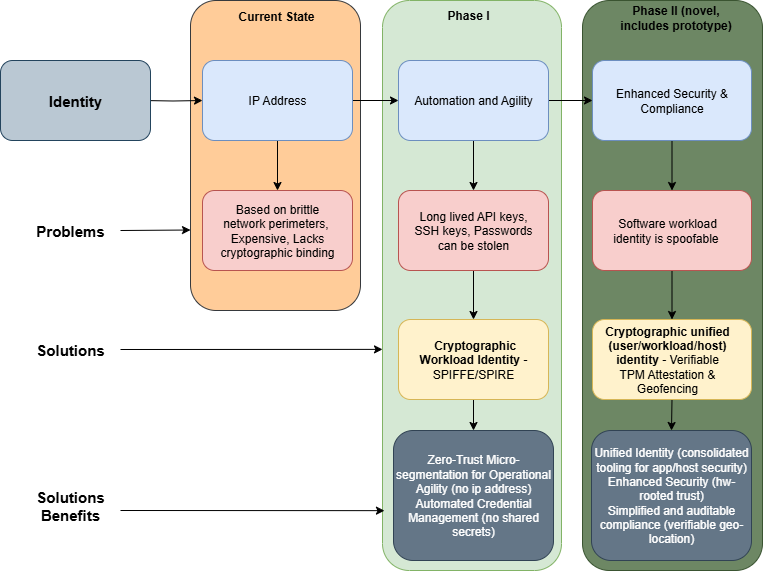
Above: zero-trust/images/AegisEdgeAI-concept.png in lfedgeai/AegisEdgeAI (draw.io), before the change. Source tidied: cells renumbered, new cells last; positions are measured from the earlier drawing's top-left corner, leaving out a move shared by most shapes. Source of this version:
```xml
<mxGraphModel>
  <root>
    <mxCell id="0" />
    <mxCell id="1" parent="0" />
    <mxCell id="2" style="rounded=1;whiteSpace=wrap;html=1;fillColor=#6d8764;strokeColor=#3A5431;fontColor=#ffffff;" parent="1" vertex="1">
      <mxGeometry x="582" width="180" height="570" as="geometry" />
    </mxCell>
    <mxCell id="3" style="rounded=1;whiteSpace=wrap;html=1;fillColor=#d5e8d4;strokeColor=#82b366;" parent="1" vertex="1">
      <mxGeometry x="382" width="179" height="570" as="geometry" />
    </mxCell>
    <mxCell id="4" style="rounded=1;whiteSpace=wrap;html=1;fillColor=#ffcc99;strokeColor=#36393d;" parent="1" vertex="1">
      <mxGeometry x="190" width="170" height="310" as="geometry" />
    </mxCell>
    <mxCell id="5" style="edgeStyle=orthogonalEdgeStyle;rounded=0;jettySize=auto;html=1;exitX=0.5;exitY=1;exitDx=0;exitDy=0;entryX=0.5;entryY=0;entryDx=0;entryDy=0;" parent="1" edge="1" source="6" target="24">
      <mxGeometry relative="1" as="geometry" />
    </mxCell>
    <mxCell id="6" style="rounded=1;whiteSpace=wrap;html=1;fillColor=#f8cecc;strokeColor=#b85450;" parent="1" vertex="1">
      <mxGeometry x="398" y="190" width="150" height="80" as="geometry" />
    </mxCell>
    <mxCell id="7" style="edgeStyle=orthogonalEdgeStyle;rounded=0;jettySize=auto;html=1;exitX=1;exitY=0.5;exitDx=0;exitDy=0;entryX=0;entryY=0.5;entryDx=0;entryDy=0;" parent="1" edge="1" target="11">
      <mxGeometry relative="1" as="geometry">
        <mxPoint x="142" y="100" as="sourcePoint" />
      </mxGeometry>
    </mxCell>
    <mxCell id="8" value="&lt;font style=&quot;font-size: 15px;&quot;&gt;&lt;b&gt;Identity&lt;/b&gt;&lt;/font&gt;" style="rounded=1;whiteSpace=wrap;html=1;fillColor=#bac8d3;strokeColor=#23445d;" parent="1" vertex="1">
      <mxGeometry y="60" width="150" height="80" as="geometry" />
    </mxCell>
    <mxCell id="9" style="edgeStyle=orthogonalEdgeStyle;rounded=0;jettySize=auto;html=1;exitX=1;exitY=0.5;exitDx=0;exitDy=0;entryX=0;entryY=0.5;entryDx=0;entryDy=0;" parent="1" edge="1" source="11" target="14">
      <mxGeometry relative="1" as="geometry" />
    </mxCell>
    <mxCell id="10" style="edgeStyle=orthogonalEdgeStyle;rounded=0;jettySize=auto;html=1;exitX=0.5;exitY=1;exitDx=0;exitDy=0;entryX=0.5;entryY=0;entryDx=0;entryDy=0;" parent="1" edge="1" source="11" target="17">
      <mxGeometry relative="1" as="geometry" />
    </mxCell>
    <mxCell id="11" value="IP Address" style="rounded=1;whiteSpace=wrap;html=1;fillColor=#dae8fc;strokeColor=#6c8ebf;" parent="1" vertex="1">
      <mxGeometry x="202" y="60" width="150" height="80" as="geometry" />
    </mxCell>
    <mxCell id="12" style="edgeStyle=orthogonalEdgeStyle;rounded=0;jettySize=auto;html=1;exitX=1;exitY=0.5;exitDx=0;exitDy=0;entryX=0;entryY=0.5;entryDx=0;entryDy=0;" parent="1" edge="1" source="14" target="16">
      <mxGeometry relative="1" as="geometry" />
    </mxCell>
    <mxCell id="13" style="edgeStyle=orthogonalEdgeStyle;rounded=0;jettySize=auto;html=1;exitX=0.5;exitY=1;exitDx=0;exitDy=0;entryX=0.5;entryY=0;entryDx=0;entryDy=0;" parent="1" edge="1" source="14" target="6">
      <mxGeometry relative="1" as="geometry" />
    </mxCell>
    <mxCell id="14" value="Automation and Agility" style="rounded=1;whiteSpace=wrap;html=1;fillColor=#dae8fc;strokeColor=#6c8ebf;" parent="1" vertex="1">
      <mxGeometry x="398" y="60" width="150" height="80" as="geometry" />
    </mxCell>
    <mxCell id="15" style="edgeStyle=orthogonalEdgeStyle;rounded=0;jettySize=auto;html=1;exitX=0.5;exitY=1;exitDx=0;exitDy=0;entryX=0.5;entryY=0;entryDx=0;entryDy=0;" parent="1" edge="1" source="16" target="21">
      <mxGeometry relative="1" as="geometry" />
    </mxCell>
    <mxCell id="16" value="Enhanced Security &amp;amp; Compliance" style="rounded=1;whiteSpace=wrap;html=1;fillColor=#dae8fc;strokeColor=#6c8ebf;" parent="1" vertex="1">
      <mxGeometry x="592" y="60" width="159" height="80" as="geometry" />
    </mxCell>
    <mxCell id="17" style="rounded=1;whiteSpace=wrap;html=1;fillColor=#f8cecc;strokeColor=#b85450;" parent="1" vertex="1">
      <mxGeometry x="202" y="190" width="150" height="80" as="geometry" />
    </mxCell>
    <mxCell id="18" value="Based on brittle network perimeters,&amp;nbsp; Expensive, Lacks cryptographic binding" style="text;html=1;align=center;verticalAlign=middle;whiteSpace=wrap;rounded=0;" parent="1" vertex="1">
      <mxGeometry x="212" y="200" width="130" height="60" as="geometry" />
    </mxCell>
    <mxCell id="19" value="Long lived API keys, SSH keys, Passwords can be stolen" style="text;html=1;align=center;verticalAlign=middle;whiteSpace=wrap;rounded=0;" parent="1" vertex="1">
      <mxGeometry x="408" y="200" width="130" height="60" as="geometry" />
    </mxCell>
    <mxCell id="20" style="edgeStyle=orthogonalEdgeStyle;rounded=0;jettySize=auto;html=1;exitX=0.5;exitY=1;exitDx=0;exitDy=0;entryX=0.5;entryY=0;entryDx=0;entryDy=0;" parent="1" edge="1" source="21" target="26">
      <mxGeometry relative="1" as="geometry" />
    </mxCell>
    <mxCell id="21" style="rounded=1;whiteSpace=wrap;html=1;fillColor=#f8cecc;strokeColor=#b85450;" parent="1" vertex="1">
      <mxGeometry x="592" y="190" width="159" height="80" as="geometry" />
    </mxCell>
    <mxCell id="22" value="Software workload identity is spoofable&amp;nbsp;" style="text;html=1;align=center;verticalAlign=middle;whiteSpace=wrap;rounded=0;" parent="1" vertex="1">
      <mxGeometry x="602" y="200" width="130" height="60" as="geometry" />
    </mxCell>
    <mxCell id="23" style="edgeStyle=orthogonalEdgeStyle;rounded=0;jettySize=auto;html=1;exitX=0.5;exitY=1;exitDx=0;exitDy=0;entryX=0.5;entryY=0;entryDx=0;entryDy=0;" parent="1" edge="1" source="24" target="33">
      <mxGeometry relative="1" as="geometry" />
    </mxCell>
    <mxCell id="24" style="rounded=1;whiteSpace=wrap;html=1;fillColor=#fff2cc;strokeColor=#d6b656;" parent="1" vertex="1">
      <mxGeometry x="398" y="319" width="150" height="80" as="geometry" />
    </mxCell>
    <mxCell id="25" style="edgeStyle=orthogonalEdgeStyle;rounded=0;jettySize=auto;html=1;exitX=0.5;exitY=1;exitDx=0;exitDy=0;entryX=0.5;entryY=0;entryDx=0;entryDy=0;" parent="1" edge="1" source="26" target="34">
      <mxGeometry relative="1" as="geometry" />
    </mxCell>
    <mxCell id="26" style="rounded=1;whiteSpace=wrap;html=1;fillColor=#fff2cc;strokeColor=#d6b656;" parent="1" vertex="1">
      <mxGeometry x="592" y="319" width="159" height="80" as="geometry" />
    </mxCell>
    <mxCell id="27" value="&amp;nbsp;&lt;b&gt;Cryptographic Workload Identity&lt;/b&gt; - SPIFFE/SPIRE" style="text;html=1;align=center;verticalAlign=middle;whiteSpace=wrap;rounded=0;" parent="1" vertex="1">
      <mxGeometry x="408" y="329" width="130" height="60" as="geometry" />
    </mxCell>
    <mxCell id="28" value="&lt;b&gt;Cryptographic unified (user/workload/host) identity&amp;nbsp;&lt;/b&gt;- Verifiable TPM Attestation &amp;amp; Geofencing" style="text;html=1;align=center;verticalAlign=middle;whiteSpace=wrap;rounded=0;" parent="1" vertex="1">
      <mxGeometry x="602" y="329" width="130" height="60" as="geometry" />
    </mxCell>
    <mxCell id="29" style="endArrow=classic;html=1;rounded=0;" parent="1" edge="1">
      <mxGeometry relative="1" as="geometry">
        <mxPoint x="120" y="230" as="sourcePoint" />
        <mxPoint x="190" y="229.5" as="targetPoint" />
      </mxGeometry>
    </mxCell>
    <mxCell id="30" value="&lt;b&gt;&lt;font style=&quot;font-size: 15px;&quot;&gt;Problems&lt;/font&gt;&lt;/b&gt;" style="text;html=1;align=center;verticalAlign=middle;whiteSpace=wrap;rounded=0;" parent="1" vertex="1">
      <mxGeometry x="40" y="215" width="60" height="30" as="geometry" />
    </mxCell>
    <mxCell id="31" value="&lt;b&gt;&lt;font style=&quot;font-size: 15px;&quot;&gt;Solutions&lt;/font&gt;&lt;/b&gt;" style="text;html=1;align=center;verticalAlign=middle;whiteSpace=wrap;rounded=0;" parent="1" vertex="1">
      <mxGeometry x="40" y="334" width="60" height="30" as="geometry" />
    </mxCell>
    <mxCell id="32" style="endArrow=classic;html=1;rounded=0;entryX=0;entryY=0.684;entryDx=0;entryDy=0;entryPerimeter=0;" parent="1" edge="1">
      <mxGeometry relative="1" as="geometry">
        <mxPoint x="120" y="349" as="sourcePoint" />
        <mxPoint x="382" y="348.9" as="targetPoint" />
      </mxGeometry>
    </mxCell>
    <mxCell id="33" value="Zero-Trust Micro-segmentation for Operational Agility (no ip address)&lt;br&gt;Automated Credential Management (no shared secrets)" style="rounded=1;whiteSpace=wrap;html=1;fillColor=#647687;strokeColor=#314354;fontColor=#ffffff;" parent="1" vertex="1">
      <mxGeometry x="393" y="430" width="160" height="130" as="geometry" />
    </mxCell>
    <mxCell id="34" value="&lt;div&gt;&lt;br&gt;&lt;/div&gt;Unified Identity (consolidated tooling for app/host security)&lt;br&gt;Enhanced Security (hw-rooted trust)&lt;br&gt;Simplified and auditable compliance (verifiable geo-location)&lt;div&gt;&lt;br&gt;&lt;/div&gt;" style="rounded=1;whiteSpace=wrap;html=1;fillColor=#647687;strokeColor=#314354;fontColor=#ffffff;" parent="1" vertex="1">
      <mxGeometry x="591" y="430" width="160" height="130" as="geometry" />
    </mxCell>
    <mxCell id="35" value="&lt;b&gt;&lt;font style=&quot;font-size: 15px;&quot;&gt;Solutions Benefits&lt;/font&gt;&lt;/b&gt;" style="text;html=1;align=center;verticalAlign=middle;whiteSpace=wrap;rounded=0;" parent="1" vertex="1">
      <mxGeometry x="40" y="490" width="60" height="30" as="geometry" />
    </mxCell>
    <mxCell id="36" style="endArrow=classic;html=1;rounded=0;entryX=0.011;entryY=0.895;entryDx=0;entryDy=0;entryPerimeter=0;" parent="1" edge="1" target="3">
      <mxGeometry relative="1" as="geometry">
        <mxPoint x="120" y="510" as="sourcePoint" />
      </mxGeometry>
    </mxCell>
    <mxCell id="37" value="&lt;b&gt;Current State&lt;/b&gt;" style="text;html=1;align=center;verticalAlign=middle;whiteSpace=wrap;rounded=0;" parent="1" vertex="1">
      <mxGeometry x="231" y="1" width="90" height="30" as="geometry" />
    </mxCell>
    <mxCell id="38" value="&lt;b&gt;Phase I&lt;/b&gt;" style="text;html=1;align=center;verticalAlign=middle;whiteSpace=wrap;rounded=0;" parent="1" vertex="1">
      <mxGeometry x="438" width="60" height="30" as="geometry" />
    </mxCell>
    <mxCell id="39" value="&lt;b&gt;Phase II (novel, includes prototype)&lt;/b&gt;" style="text;html=1;align=center;verticalAlign=middle;whiteSpace=wrap;rounded=0;" parent="1" vertex="1">
      <mxGeometry x="616" y="2" width="119" height="30" as="geometry" />
    </mxCell>
  </root>
</mxGraphModel>
```
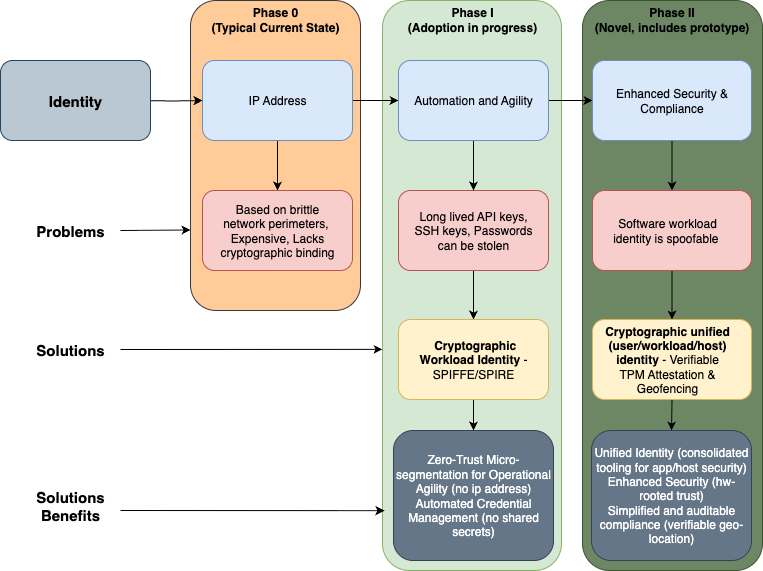
The same diagram one commit later.

Diff of the diagram source:
```diff
@@ -117,14 +117,14 @@
         <mxPoint x="120" y="510" as="sourcePoint" />
       </mxGeometry>
     </mxCell>
-    <mxCell id="37" value="&lt;b&gt;Current State&lt;/b&gt;" style="text;html=1;align=center;verticalAlign=middle;whiteSpace=wrap;rounded=0;" parent="1" vertex="1">
-      <mxGeometry x="231" y="1" width="90" height="30" as="geometry" />
+    <mxCell id="37" value="&lt;b&gt;Phase 0 &lt;br&gt;(Typical Current State)&lt;/b&gt;" style="text;html=1;align=center;verticalAlign=middle;whiteSpace=wrap;rounded=0;" parent="1" vertex="1">
+      <mxGeometry x="210" y="4" width="130" height="30" as="geometry" />
     </mxCell>
-    <mxCell id="38" value="&lt;b&gt;Phase I&lt;/b&gt;" style="text;html=1;align=center;verticalAlign=middle;whiteSpace=wrap;rounded=0;" parent="1" vertex="1">
-      <mxGeometry x="438" width="60" height="30" as="geometry" />
+    <mxCell id="38" value="&lt;b&gt;Phase I &lt;br&gt;(Adoption in progress)&lt;/b&gt;" style="text;html=1;align=center;verticalAlign=middle;whiteSpace=wrap;rounded=0;" parent="1" vertex="1">
+      <mxGeometry x="403.5" y="4" width="136" height="30" as="geometry" />
     </mxCell>
-    <mxCell id="39" value="&lt;b&gt;Phase II (novel, includes prototype)&lt;/b&gt;" style="text;html=1;align=center;verticalAlign=middle;whiteSpace=wrap;rounded=0;" parent="1" vertex="1">
-      <mxGeometry x="616" y="2" width="119" height="30" as="geometry" />
+    <mxCell id="39" value="&lt;b&gt;Phase II &lt;br&gt;(Novel, includes prototype)&lt;/b&gt;" style="text;html=1;align=center;verticalAlign=middle;whiteSpace=wrap;rounded=0;" parent="1" vertex="1">
+      <mxGeometry x="589" y="4" width="165" height="30" as="geometry" />
     </mxCell>
   </root>
 </mxGraphModel>
```
